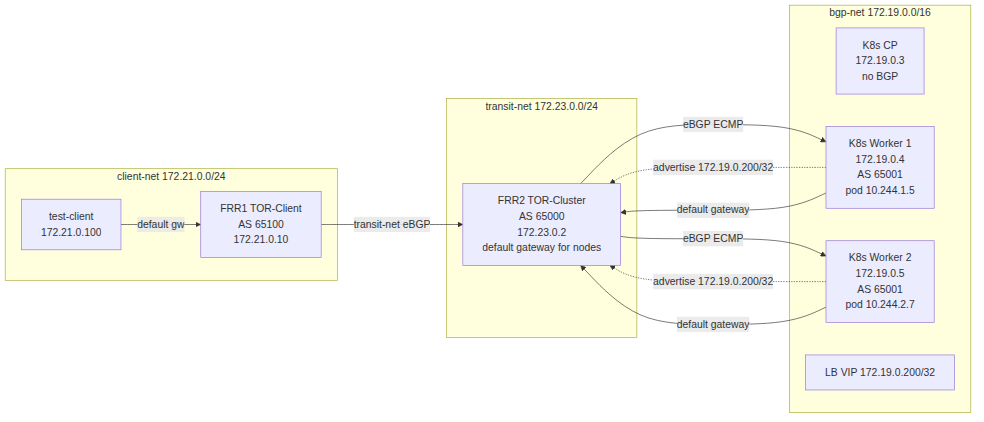
Above: kind-native-routing-l3-lb/assets/test-client.png in sarfarazahmad19/gobgp-cilium-test (Mermaid), before the change. Its source is kept beside it as kind-native-routing-l3-lb/assets/test-client.mmd. Source of this version:
```mermaid
graph LR
    subgraph CN["client-net 172.21.0.0/24"]
        CL[test-client<br/>172.21.0.100] -- default gw --> F1
        F1[FRR1 TOR-Client<br/>AS 65100<br/>172.21.0.10]
    end
    F1 -->|transit-net eBGP| F2
    subgraph TN["transit-net 172.23.0.0/24"]
        F2[FRR2 TOR-Cluster<br/>AS 65000<br/>172.23.0.2<br/>default gateway for nodes]
    end
    subgraph BN["bgp-net 172.19.0.0/16"]
        F2
        CP[K8s CP<br/>172.19.0.3<br/>no BGP]
        WK[K8s Worker 1<br/>172.19.0.4<br/>AS 65001<br/>pod 10.244.1.5]
        WK2[K8s Worker 2<br/>172.19.0.5<br/>AS 65001<br/>pod 10.244.2.7]
        LB[LB VIP 172.19.0.200/32]
    end
    F2 -->|eBGP ECMP| WK
    F2 -->|eBGP ECMP| WK2
    WK -.->|advertise 172.19.0.200/32| F2
    WK2 -.->|advertise 172.19.0.200/32| F2
    WK -->|default gateway| F2
    WK2 -->|default gateway| F2
```
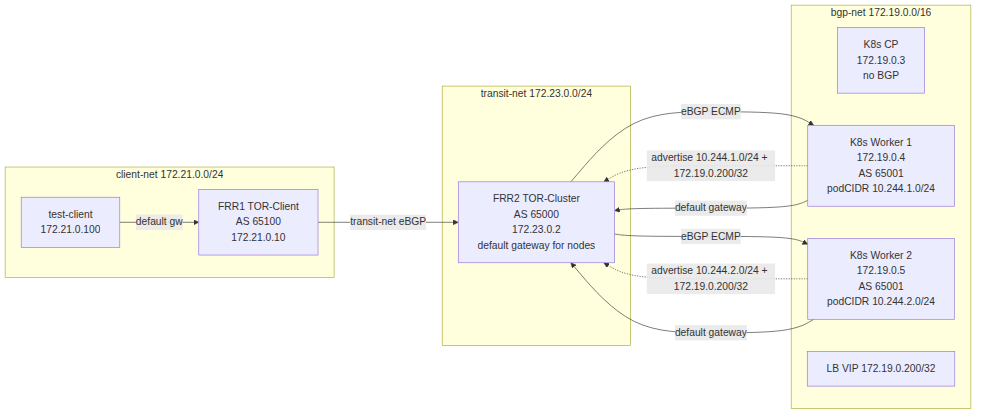
After the commit.

Commit message:
Fix diagrams: show PodCIDR + LB VIP advertisements per worker

The edit, as a diff of the source:
```diff
@@ -10,13 +10,13 @@
     subgraph BN["bgp-net 172.19.0.0/16"]
         F2
         CP[K8s CP<br/>172.19.0.3<br/>no BGP]
-        WK[K8s Worker 1<br/>172.19.0.4<br/>AS 65001<br/>pod 10.244.1.5]
-        WK2[K8s Worker 2<br/>172.19.0.5<br/>AS 65001<br/>pod 10.244.2.7]
+        WK[K8s Worker 1<br/>172.19.0.4<br/>AS 65001<br/>podCIDR 10.244.1.0/24]
+        WK2[K8s Worker 2<br/>172.19.0.5<br/>AS 65001<br/>podCIDR 10.244.2.0/24]
         LB[LB VIP 172.19.0.200/32]
     end
     F2 -->|eBGP ECMP| WK
     F2 -->|eBGP ECMP| WK2
-    WK -.->|advertise 172.19.0.200/32| F2
-    WK2 -.->|advertise 172.19.0.200/32| F2
+    WK -.->|advertise 10.244.1.0/24 + 172.19.0.200/32| F2
+    WK2 -.->|advertise 10.244.2.0/24 + 172.19.0.200/32| F2
     WK -->|default gateway| F2
     WK2 -->|default gateway| F2
```
